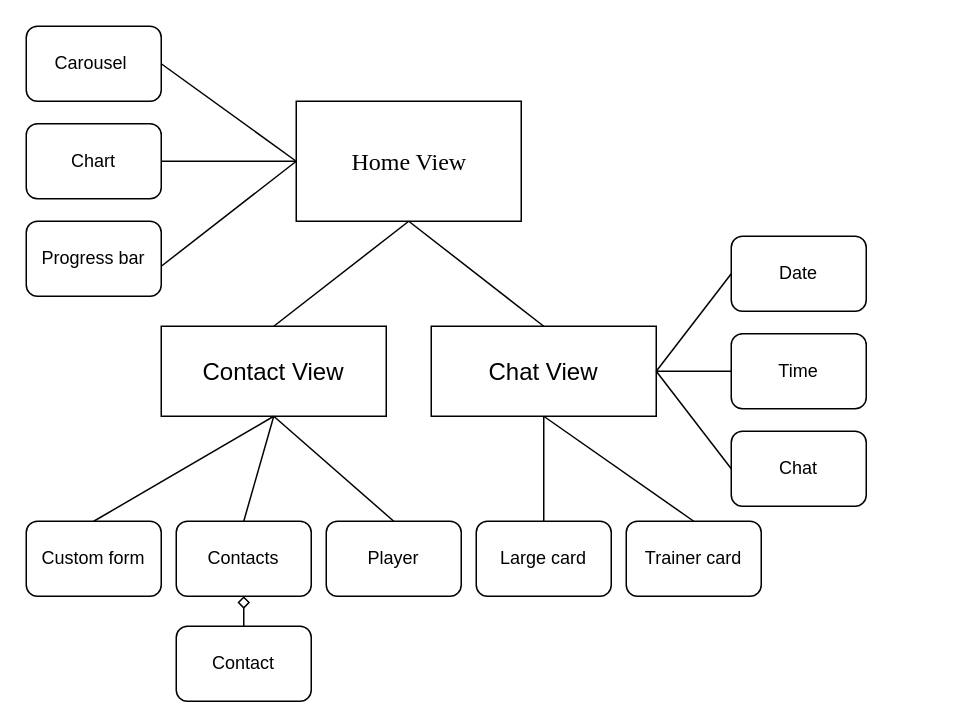
Before: diagrams/ComponentsDiagram.drawio in TarasKutsyk/CourseProject, a draw.io diagram. Source tidied: cells renumbered, new cells numbered last; positions are measured from the earlier drawing's top-left corner, leaving out a move shared by most shapes. Both pictures are drawn from the tidied source at 150%, with x=0, y=0 at pixel (26, 26).
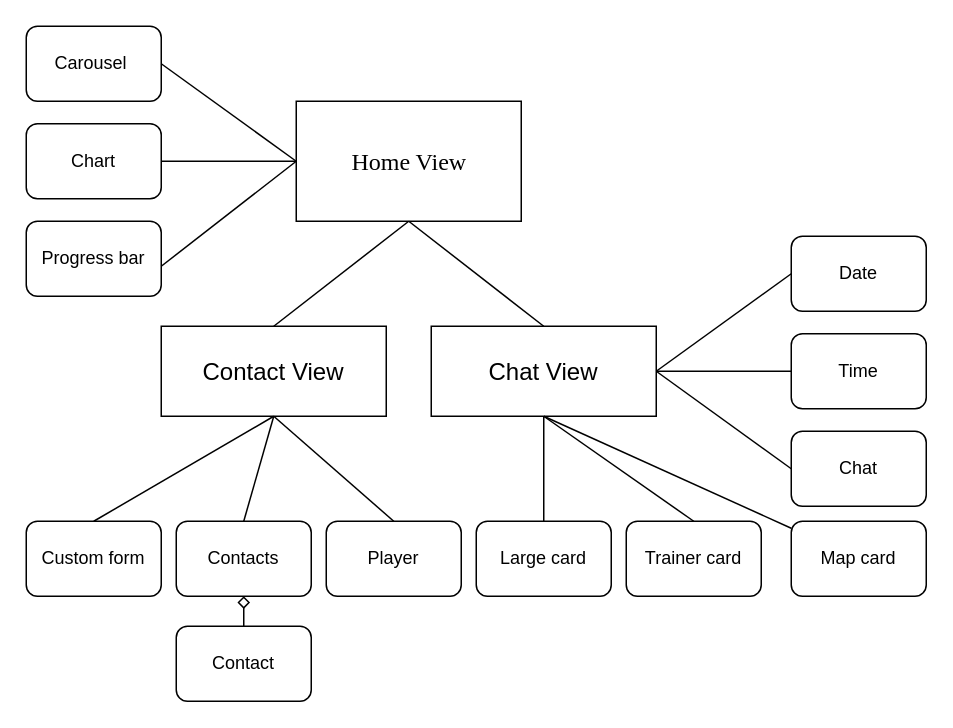
After the change.

The change refers to these unchanged cells:
```xml
<mxCell id="13" value="&lt;font style=&quot;font-size: 16px;&quot;&gt;Chat View&lt;/font&gt;" style="whiteSpace=wrap;html=1;" parent="1" vertex="1">
  <mxGeometry x="270" y="200" width="150" height="60" as="geometry" />
</mxCell>
```

What changed in the source:
```diff
@@
     <mxCell id="27" value="Date" style="rounded=1;whiteSpace=wrap;html=1;fontSize=12;" parent="1" vertex="1">
-      <mxGeometry x="470" y="140" width="90" height="50" as="geometry" />
+      <mxGeometry x="510" y="140" width="90" height="50" as="geometry" />
     </mxCell>
     <mxCell id="28" value="Time" style="rounded=1;whiteSpace=wrap;html=1;fontSize=12;" parent="1" vertex="1">
-      <mxGeometry x="470" y="205" width="90" height="50" as="geometry" />
+      <mxGeometry x="510" y="205" width="90" height="50" as="geometry" />
     </mxCell>
@@
     <mxCell id="30" value="Chat" style="rounded=1;whiteSpace=wrap;html=1;fontSize=12;" parent="1" vertex="1">
-      <mxGeometry x="470" y="270" width="90" height="50" as="geometry" />
+      <mxGeometry x="510" y="270" width="90" height="50" as="geometry" />
     </mxCell>
+    <mxCell id="31" style="endArrow=none;html=1;rounded=0;fontSize=12;exitX=0.5;exitY=1;exitDx=0;exitDy=0;" parent="1" edge="1" source="13" target="32">
+      <mxGeometry relative="1" as="geometry" />
+    </mxCell>
+    <mxCell id="32" value="Map card" style="rounded=1;whiteSpace=wrap;html=1;fontSize=12;" parent="1" vertex="1">
+      <mxGeometry x="510" y="330" width="90" height="50" as="geometry" />
+    </mxCell>
```
